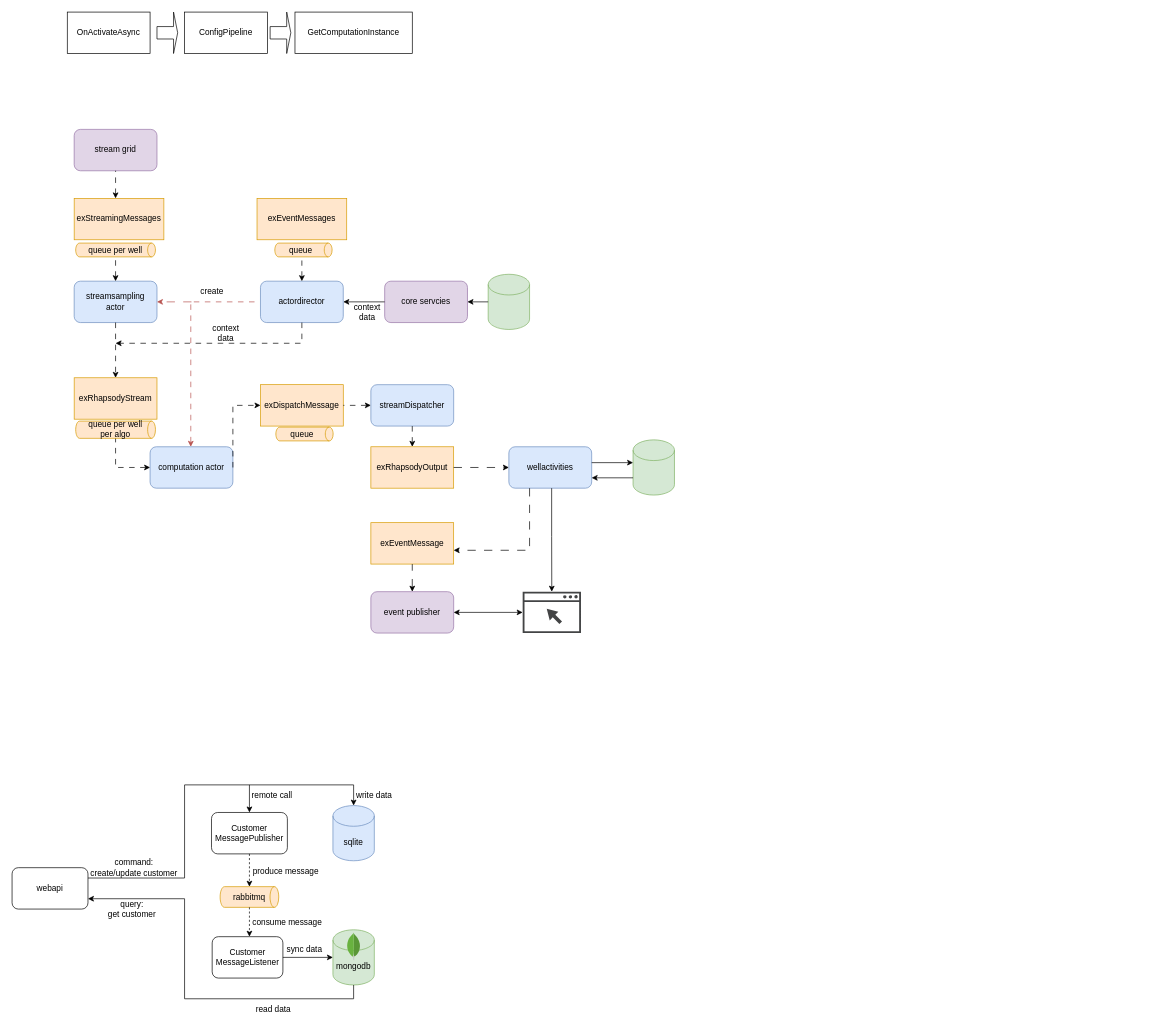
Above: work.drawio in baoqger/drawing.io (draw.io), before the change. Source tidied: cells renumbered, new cells numbered last; positions are measured from the earlier drawing's top-left corner, leaving out a move shared by most shapes. Both pictures are drawn from the tidied source at 69%, with x=0, y=0 at pixel (12, 12).
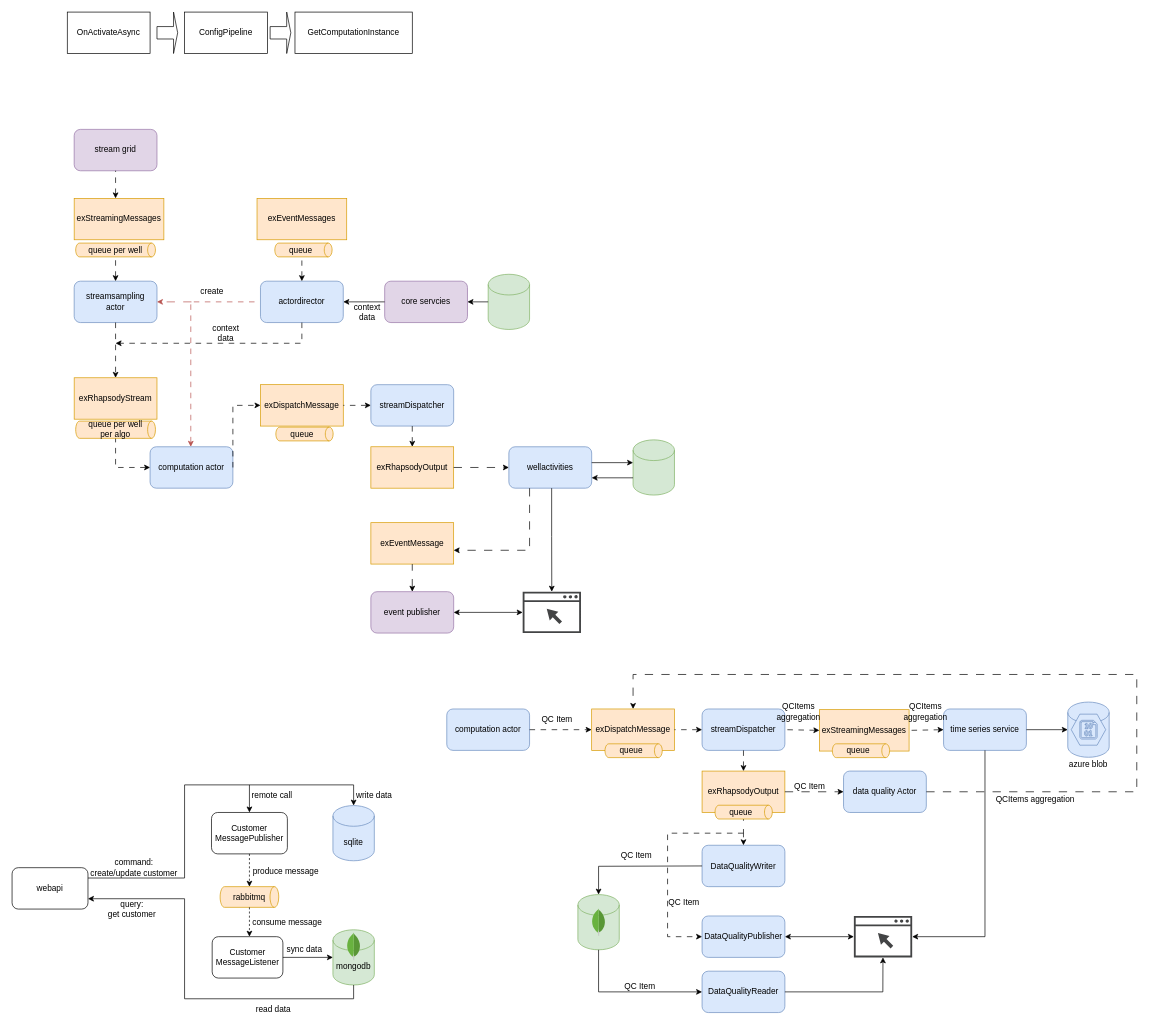
The same diagram, later.

Change to the diagram source:
```diff
@@
+    <mxCell id="77" style="shape=cylinder3;whiteSpace=wrap;html=1;boundedLbl=1;backgroundOutline=1;size=15;fillColor=#dae8fc;strokeColor=#6c8ebf;" parent="1" vertex="1">
+      <mxGeometry x="1530" y="1000" width="60" height="80" as="geometry" />
+    </mxCell>
@@
+    <mxCell id="78" value="computation actor" style="rounded=1;whiteSpace=wrap;html=1;fillColor=#dae8fc;strokeColor=#6c8ebf;" parent="1" vertex="1">
+      <mxGeometry x="630" y="1010" width="120" height="60" as="geometry" />
+    </mxCell>
+    <mxCell id="79" value="exRhapsodyOutput" style="rounded=0;whiteSpace=wrap;html=1;fillColor=#ffe6cc;strokeColor=#d79b00;" parent="1" vertex="1">
+      <mxGeometry x="1000" y="1100" width="120" height="60" as="geometry" />
+    </mxCell>
+    <mxCell id="80" style="endArrow=classic;html=1;rounded=0;exitX=1;exitY=0.5;exitDx=0;exitDy=0;dashed=1;dashPattern=8 8;entryX=0;entryY=0.5;entryDx=0;entryDy=0;" parent="1" edge="1" source="78" target="86">
+      <mxGeometry relative="1" as="geometry">
+        <Array as="points">
+          <mxPoint x="800" y="1040" />
+        </Array>
+      </mxGeometry>
+    </mxCell>
+    <mxCell id="81" value="data quality Actor" style="rounded=1;whiteSpace=wrap;html=1;fillColor=#dae8fc;strokeColor=#6c8ebf;" parent="1" vertex="1">
+      <mxGeometry x="1205" y="1100" width="120" height="60" as="geometry" />
+    </mxCell>
+    <mxCell id="82" style="endArrow=classic;html=1;rounded=0;exitX=1;exitY=0.5;exitDx=0;exitDy=0;entryX=0;entryY=0.5;entryDx=0;entryDy=0;dashed=1;dashPattern=12 12;" parent="1" edge="1" source="79" target="81">
+      <mxGeometry relative="1" as="geometry" />
+    </mxCell>
+    <mxCell id="83" style="sketch=0;shadow=0;dashed=0;html=1;strokeColor=none;fillColor=#434445;labelPosition=center;verticalLabelPosition=bottom;verticalAlign=top;align=center;outlineConnect=0;shape=mxgraph.vvd.web_browser;" parent="1" vertex="1">
+      <mxGeometry x="1220" y="1310" width="84.5" height="60" as="geometry" />
+    </mxCell>
+    <mxCell id="84" style="endArrow=classic;startArrow=classic;html=1;rounded=0;exitX=1;exitY=0.5;exitDx=0;exitDy=0;" parent="1" edge="1" target="83">
+      <mxGeometry relative="1" as="geometry">
+        <mxPoint x="1120" y="1340" as="sourcePoint" />
+      </mxGeometry>
+    </mxCell>
+    <mxCell id="85" style="endArrow=classic;html=1;rounded=0;exitX=1;exitY=0.5;exitDx=0;exitDy=0;dashed=1;dashPattern=12 12;entryX=0.5;entryY=0;entryDx=0;entryDy=0;" parent="1" edge="1" source="81" target="86">
+      <mxGeometry relative="1" as="geometry">
+        <Array as="points">
+          <mxPoint x="1630" y="1130" />
+          <mxPoint x="1630" y="960" />
+          <mxPoint x="900" y="960" />
+        </Array>
+      </mxGeometry>
+    </mxCell>
+    <mxCell id="86" value="exDispatchMessage" style="rounded=0;whiteSpace=wrap;html=1;fillColor=#ffe6cc;strokeColor=#d79b00;" parent="1" vertex="1">
+      <mxGeometry x="840" y="1010" width="120" height="60" as="geometry" />
+    </mxCell>
+    <mxCell id="87" value="streamDispatcher" style="rounded=1;whiteSpace=wrap;html=1;fillColor=#dae8fc;strokeColor=#6c8ebf;" parent="1" vertex="1">
+      <mxGeometry x="1000" y="1010" width="120" height="60" as="geometry" />
+    </mxCell>
+    <mxCell id="88" style="endArrow=none;html=1;rounded=0;exitX=0;exitY=0.5;exitDx=0;exitDy=0;dashed=1;dashPattern=8 8;entryX=1;entryY=0.5;entryDx=0;entryDy=0;startArrow=classic;startFill=1;endFill=0;" parent="1" edge="1" source="87" target="86">
+      <mxGeometry relative="1" as="geometry" />
+    </mxCell>
+    <mxCell id="89" style="endArrow=classic;html=1;rounded=0;exitX=0.5;exitY=1;exitDx=0;exitDy=0;dashed=1;dashPattern=8 8;" parent="1" edge="1" source="87" target="79">
+      <mxGeometry relative="1" as="geometry" />
+    </mxCell>
+    <mxCell id="90" style="shape=cylinder3;whiteSpace=wrap;html=1;boundedLbl=1;backgroundOutline=1;size=5.6666259765625;rotation=90;fillColor=#ffe6cc;strokeColor=#d79b00;" parent="1" vertex="1">
+      <mxGeometry x="890.8" y="1029" width="20" height="83" as="geometry" />
+    </mxCell>
+    <mxCell id="91" value="queue" style="text;html=1;strokeColor=none;fillColor=none;align=center;verticalAlign=middle;whiteSpace=wrap;rounded=0;" parent="1" vertex="1">
+      <mxGeometry x="859.5" y="1055.5" width="75" height="30" as="geometry" />
+    </mxCell>
+    <mxCell id="92" value="QC Item" style="text;html=1;strokeColor=none;fillColor=none;align=center;verticalAlign=middle;whiteSpace=wrap;rounded=0;" parent="1" vertex="1">
+      <mxGeometry x="760" y="1010" width="60" height="30" as="geometry" />
+    </mxCell>
+    <mxCell id="93" value="QC Item" style="text;html=1;strokeColor=none;fillColor=none;align=center;verticalAlign=middle;whiteSpace=wrap;rounded=0;" parent="1" vertex="1">
+      <mxGeometry x="1126" y="1107" width="60" height="30" as="geometry" />
+    </mxCell>
+    <mxCell id="94" value="DataQualityPublisher" style="rounded=1;whiteSpace=wrap;html=1;fillColor=#dae8fc;strokeColor=#6c8ebf;" parent="1" vertex="1">
+      <mxGeometry x="1000" y="1310" width="120" height="60" as="geometry" />
+    </mxCell>
+    <mxCell id="95" value="DataQualityReader" style="rounded=1;whiteSpace=wrap;html=1;fillColor=#dae8fc;strokeColor=#6c8ebf;" parent="1" vertex="1">
+      <mxGeometry x="1000" y="1390" width="120" height="60" as="geometry" />
+    </mxCell>
+    <mxCell id="96" style="endArrow=none;html=1;rounded=0;entryX=1;entryY=0.5;entryDx=0;entryDy=0;startArrow=classic;startFill=1;endFill=0;" parent="1" edge="1" source="83" target="95">
+      <mxGeometry relative="1" as="geometry">
+        <Array as="points">
+          <mxPoint x="1262" y="1420" />
+        </Array>
+      </mxGeometry>
+    </mxCell>
+    <mxCell id="97" value="DataQualityWriter" style="rounded=1;whiteSpace=wrap;html=1;fillColor=#dae8fc;strokeColor=#6c8ebf;" parent="1" vertex="1">
+      <mxGeometry x="1000" y="1207.5" width="120" height="60" as="geometry" />
+    </mxCell>
+    <mxCell id="98" style="shape=cylinder3;whiteSpace=wrap;html=1;boundedLbl=1;backgroundOutline=1;size=15;fillColor=#d5e8d4;strokeColor=#82b366;" parent="1" vertex="1">
+      <mxGeometry x="820" y="1279" width="60" height="80" as="geometry" />
+    </mxCell>
+    <mxCell id="99" style="dashed=0;html=1;align=center;labelPosition=center;verticalLabelPosition=bottom;verticalAlign=top;shape=mxgraph.weblogos.mongodb;" parent="1" vertex="1">
+      <mxGeometry x="840" y="1299" width="20" height="40" as="geometry" />
+    </mxCell>
+    <mxCell id="100" style="endArrow=classic;html=1;rounded=0;exitX=0;exitY=0.5;exitDx=0;exitDy=0;entryX=0.5;entryY=0;entryDx=0;entryDy=0;entryPerimeter=0;" parent="1" edge="1" source="97" target="98">
+      <mxGeometry relative="1" as="geometry">
+        <Array as="points">
+          <mxPoint x="850" y="1238" />
+        </Array>
+      </mxGeometry>
+    </mxCell>
+    <mxCell id="101" style="endArrow=classic;html=1;rounded=0;exitX=0.5;exitY=1;exitDx=0;exitDy=0;exitPerimeter=0;entryX=0;entryY=0.5;entryDx=0;entryDy=0;" parent="1" edge="1" source="98" target="95">
+      <mxGeometry relative="1" as="geometry">
+        <Array as="points">
+          <mxPoint x="850" y="1420" />
+        </Array>
+      </mxGeometry>
+    </mxCell>
+    <mxCell id="102" style="endArrow=classic;html=1;rounded=0;exitX=0.5;exitY=1;exitDx=0;exitDy=0;entryX=0.5;entryY=0;entryDx=0;entryDy=0;dashed=1;dashPattern=12 12;" parent="1" edge="1" source="79" target="97">
+      <mxGeometry relative="1" as="geometry" />
+    </mxCell>
+    <mxCell id="103" style="shape=cylinder3;whiteSpace=wrap;html=1;boundedLbl=1;backgroundOutline=1;size=5.6666259765625;rotation=90;fillColor=#ffe6cc;strokeColor=#d79b00;" parent="1" vertex="1">
+      <mxGeometry x="1050.3" y="1118" width="20" height="83" as="geometry" />
+    </mxCell>
+    <mxCell id="104" value="queue" style="text;html=1;strokeColor=none;fillColor=none;align=center;verticalAlign=middle;whiteSpace=wrap;rounded=0;" parent="1" vertex="1">
+      <mxGeometry x="1019" y="1144.5" width="75" height="30" as="geometry" />
+    </mxCell>
+    <mxCell id="105" style="endArrow=classic;html=1;rounded=0;entryX=0;entryY=0.5;entryDx=0;entryDy=0;dashed=1;dashPattern=8 8;" parent="1" edge="1" target="94">
+      <mxGeometry relative="1" as="geometry">
+        <mxPoint x="1060" y="1190" as="sourcePoint" />
+        <Array as="points">
+          <mxPoint x="950" y="1190" />
+          <mxPoint x="950" y="1340" />
+        </Array>
+      </mxGeometry>
+    </mxCell>
+    <mxCell id="106" value="QC Item" style="text;html=1;strokeColor=none;fillColor=none;align=center;verticalAlign=middle;whiteSpace=wrap;rounded=0;" parent="1" vertex="1">
+      <mxGeometry x="874.5" y="1207.5" width="60" height="30" as="geometry" />
+    </mxCell>
+    <mxCell id="107" value="QC Item" style="text;html=1;strokeColor=none;fillColor=none;align=center;verticalAlign=middle;whiteSpace=wrap;rounded=0;" parent="1" vertex="1">
+      <mxGeometry x="880" y="1398" width="60" height="30" as="geometry" />
+    </mxCell>
+    <mxCell id="108" value="QC Item" style="text;html=1;strokeColor=none;fillColor=none;align=center;verticalAlign=middle;whiteSpace=wrap;rounded=0;" parent="1" vertex="1">
+      <mxGeometry x="944" y="1274.5" width="60" height="30" as="geometry" />
+    </mxCell>
+    <mxCell id="109" value="exStreamingMessages" style="rounded=0;whiteSpace=wrap;html=1;fillColor=#ffe6cc;strokeColor=#d79b00;" parent="1" vertex="1">
+      <mxGeometry x="1170" y="1011" width="130" height="60" as="geometry" />
+    </mxCell>
+    <mxCell id="110" style="shape=cylinder3;whiteSpace=wrap;html=1;boundedLbl=1;backgroundOutline=1;size=5.6666259765625;rotation=90;fillColor=#ffe6cc;strokeColor=#d79b00;" parent="1" vertex="1">
+      <mxGeometry x="1220.3" y="1029" width="20" height="83" as="geometry" />
+    </mxCell>
+    <mxCell id="111" value="queue" style="text;html=1;strokeColor=none;fillColor=none;align=center;verticalAlign=middle;whiteSpace=wrap;rounded=0;" parent="1" vertex="1">
+      <mxGeometry x="1189" y="1055.5" width="75" height="30" as="geometry" />
+    </mxCell>
+    <mxCell id="112" style="endArrow=none;html=1;rounded=0;dashed=1;dashPattern=8 8;startArrow=classic;startFill=1;endFill=0;entryX=1;entryY=0.5;entryDx=0;entryDy=0;exitX=0;exitY=0.5;exitDx=0;exitDy=0;" parent="1" edge="1" source="109" target="87">
+      <mxGeometry relative="1" as="geometry" />
+    </mxCell>
+    <mxCell id="113" value="time series service" style="rounded=1;whiteSpace=wrap;html=1;fillColor=#dae8fc;strokeColor=#6c8ebf;" parent="1" vertex="1">
+      <mxGeometry x="1350" y="1010" width="120" height="60" as="geometry" />
+    </mxCell>
+    <mxCell id="114" style="endArrow=none;html=1;rounded=0;dashed=1;dashPattern=8 8;startArrow=classic;startFill=1;endFill=0;entryX=1;entryY=0.5;entryDx=0;entryDy=0;exitX=0;exitY=0.5;exitDx=0;exitDy=0;" parent="1" edge="1" source="113" target="109">
+      <mxGeometry relative="1" as="geometry" />
+    </mxCell>
+    <mxCell id="115" value="QCItems &lt;br&gt;aggregation" style="text;html=1;strokeColor=none;fillColor=none;align=center;verticalAlign=middle;whiteSpace=wrap;rounded=0;" parent="1" vertex="1">
+      <mxGeometry x="1080" y="999" width="120" height="30" as="geometry" />
+    </mxCell>
+    <mxCell id="116" value="QCItems &lt;br&gt;aggregation" style="text;html=1;strokeColor=none;fillColor=none;align=center;verticalAlign=middle;whiteSpace=wrap;rounded=0;" parent="1" vertex="1">
+      <mxGeometry x="1264" y="999" width="120" height="30" as="geometry" />
+    </mxCell>
+    <mxCell id="117" style="verticalLabelPosition=bottom;html=1;verticalAlign=top;align=center;strokeColor=#6c8ebf;fillColor=#dae8fc;shape=mxgraph.azure.storage_blob;" parent="1" vertex="1">
+      <mxGeometry x="1535" y="1017.5" width="50" height="45" as="geometry" />
+    </mxCell>
+    <mxCell id="118" style="endArrow=classic;html=1;rounded=0;exitX=1;exitY=0.5;exitDx=0;exitDy=0;entryX=0;entryY=0.5;entryDx=0;entryDy=0;entryPerimeter=0;" parent="1" edge="1" source="113" target="77">
+      <mxGeometry relative="1" as="geometry" />
+    </mxCell>
+    <mxCell id="119" value="azure blob" style="text;whiteSpace=wrap;html=1;" parent="1" vertex="1">
+      <mxGeometry x="1530" y="1077" width="60" height="30" as="geometry" />
+    </mxCell>
+    <mxCell id="120" value="QCItems aggregation&lt;br&gt;" style="text;html=1;strokeColor=none;fillColor=none;align=center;verticalAlign=middle;whiteSpace=wrap;rounded=0;" parent="1" vertex="1">
+      <mxGeometry x="1423" y="1126" width="120" height="30" as="geometry" />
+    </mxCell>
+    <mxCell id="121" style="endArrow=none;html=1;rounded=0;startArrow=classic;startFill=1;endFill=0;" parent="1" edge="1" source="83">
+      <mxGeometry relative="1" as="geometry">
+        <mxPoint x="1410" y="1070" as="targetPoint" />
+        <Array as="points">
+          <mxPoint x="1410" y="1340" />
+        </Array>
+      </mxGeometry>
+    </mxCell>
```
